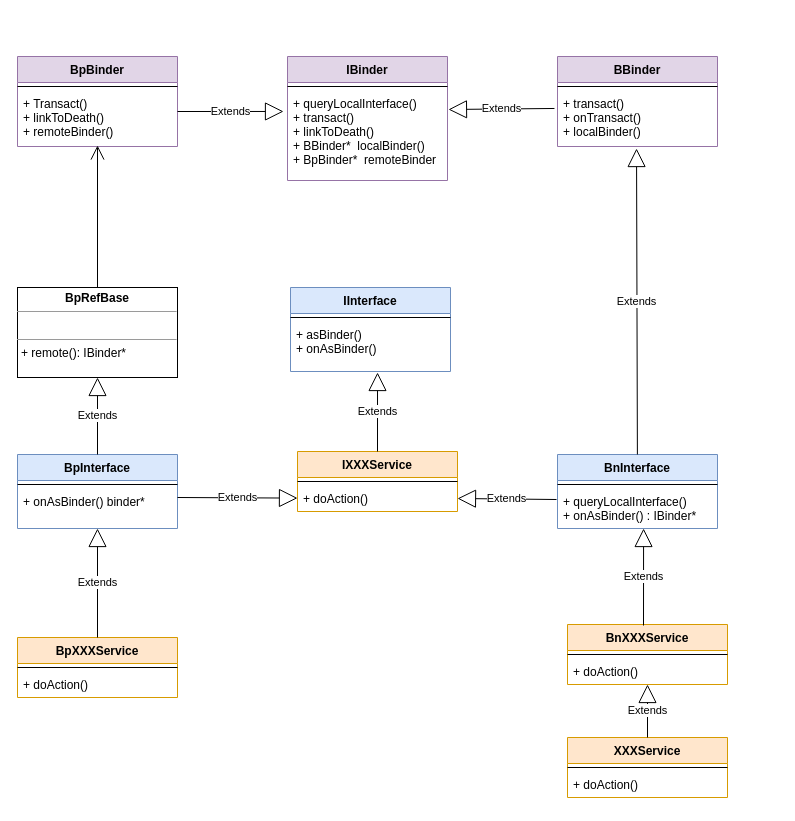
This is binder/diagram/libbinder class relationship.drawio from cuijpus/Android, a draw.io file, before an edit. Source tidied: cells renumbered, new cells numbered last; positions are measured from the earlier drawing's top-left corner, leaving out a move shared by most shapes. Both pictures are drawn from the tidied source at 100%, with x=0, y=0 at pixel (17, 56).
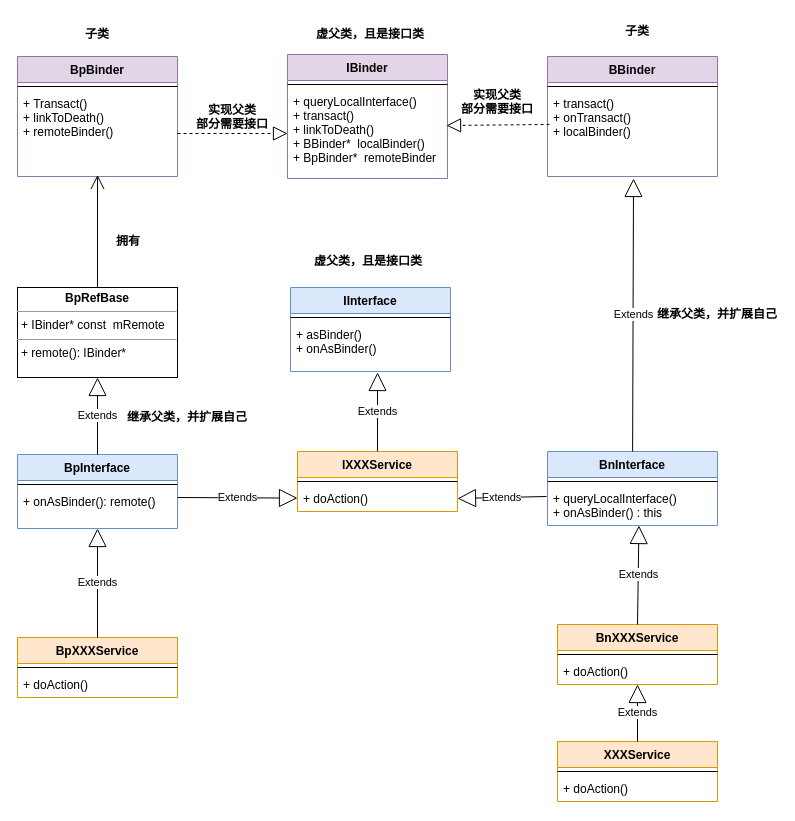
Above is the later version.

The change refers to these unchanged cells:
```xml
<mxCell id="4" value="+ queryLocalInterface()&#10;+ transact()&#10;+ linkToDeath()&#10;+ BBinder*  localBinder()&#10;+ BpBinder*  remoteBinder" style="text;strokeColor=none;fillColor=none;align=left;verticalAlign=top;spacingLeft=4;spacingRight=4;overflow=hidden;points=[[0,0.5],[1,0.5]];portConstraint=eastwest;" parent="2" vertex="1">
  <mxGeometry y="34" width="160" height="90" as="geometry" />
</mxCell>
<mxCell id="23" value="BpInterface" style="swimlane;fontStyle=1;align=center;verticalAlign=top;horizontal=1;startSize=26;fillColor=#dae8fc;strokeColor=#6c8ebf;" parent="1" vertex="1">
  <mxGeometry y="398" width="160" height="74" as="geometry" />
</mxCell>
```

What changed in the source:
```diff
@@
     <mxCell id="2" value="IBinder" style="swimlane;fontStyle=1;align=center;verticalAlign=top;horizontal=1;startSize=26;fillColor=#e1d5e7;strokeColor=#9673a6;" parent="1" vertex="1">
-      <mxGeometry x="270" width="160" height="124" as="geometry" />
+      <mxGeometry x="270" y="-2" width="160" height="124" as="geometry" />
     </mxCell>
@@
     <mxCell id="5" value="BpBinder" style="swimlane;fontStyle=1;align=center;verticalAlign=top;horizontal=1;startSize=26;fillColor=#e1d5e7;strokeColor=#9673a6;" parent="1" vertex="1">
-      <mxGeometry width="160" height="90" as="geometry" />
+      <mxGeometry width="160" height="120" as="geometry" />
     </mxCell>
@@
     <mxCell id="7" value="+ Transact()&#10;+ linkToDeath()&#10;+ remoteBinder()&#10;" style="text;strokeColor=none;fillColor=none;align=left;verticalAlign=top;spacingLeft=4;spacingRight=4;overflow=hidden;points=[[0,0.5],[1,0.5]];portConstraint=eastwest;" parent="5" vertex="1">
-      <mxGeometry y="34" width="160" height="56" as="geometry" />
+      <mxGeometry y="34" width="160" height="86" as="geometry" />
     </mxCell>
     <mxCell id="8" value="BBinder&#10;&#10;" style="swimlane;fontStyle=1;align=center;verticalAlign=top;horizontal=1;startSize=26;fillColor=#e1d5e7;strokeColor=#9673a6;" parent="1" vertex="1">
-      <mxGeometry x="540" width="160" height="90" as="geometry" />
+      <mxGeometry x="530" width="170" height="120" as="geometry" />
     </mxCell>
     <mxCell id="9" style="line;strokeWidth=1;fillColor=none;align=left;verticalAlign=middle;spacingTop=-1;spacingLeft=3;spacingRight=3;labelPosition=right;" parent="8" vertex="1">
-      <mxGeometry y="26" width="160" height="8" as="geometry" />
+      <mxGeometry y="26" width="170" height="8" as="geometry" />
     </mxCell>
     <mxCell id="10" value="+ transact()&#10;+ onTransact()&#10;+ localBinder()&#10;" style="text;strokeColor=none;fillColor=none;align=left;verticalAlign=top;spacingLeft=4;spacingRight=4;overflow=hidden;points=[[0,0.5],[1,0.5]];portConstraint=eastwest;" parent="8" vertex="1">
-      <mxGeometry y="34" width="160" height="56" as="geometry" />
+      <mxGeometry y="34" width="170" height="86" as="geometry" />
     </mxCell>
-    <mxCell id="11" value="Extends" style="endArrow=block;endSize=16;endFill=0;html=1;entryX=1.006;entryY=0.211;entryDx=0;entryDy=0;exitX=-0.019;exitY=0.321;exitDx=0;exitDy=0;entryPerimeter=0;exitPerimeter=0;" parent="1" edge="1" source="10" target="4">
-      <mxGeometry relative="1" as="geometry" />
-    </mxCell>
@@
     <mxCell id="18" value="BnInterface" style="swimlane;fontStyle=1;align=center;verticalAlign=top;horizontal=1;startSize=26;fillColor=#dae8fc;strokeColor=#6c8ebf;" parent="1" vertex="1">
-      <mxGeometry x="540" y="398" width="160" height="74" as="geometry" />
+      <mxGeometry x="530" y="395" width="170" height="74" as="geometry" />
     </mxCell>
     <mxCell id="19" style="line;strokeWidth=1;fillColor=none;align=left;verticalAlign=middle;spacingTop=-1;spacingLeft=3;spacingRight=3;labelPosition=right;" parent="18" vertex="1">
-      <mxGeometry y="26" width="160" height="8" as="geometry" />
+      <mxGeometry y="26" width="170" height="8" as="geometry" />
     </mxCell>
-    <mxCell id="20" value="+ queryLocalInterface()&#10;+ onAsBinder() : IBinder*" style="text;strokeColor=none;fillColor=none;align=left;verticalAlign=top;spacingLeft=4;spacingRight=4;overflow=hidden;points=[[0,0.5],[1,0.5]];portConstraint=eastwest;" parent="18" vertex="1">
-      <mxGeometry y="34" width="160" height="40" as="geometry" />
+    <mxCell id="20" value="+ queryLocalInterface()&#10;+ onAsBinder() : this" style="text;strokeColor=none;fillColor=none;align=left;verticalAlign=top;spacingLeft=4;spacingRight=4;overflow=hidden;points=[[0,0.5],[1,0.5]];portConstraint=eastwest;" parent="18" vertex="1">
+      <mxGeometry y="34" width="170" height="40" as="geometry" />
     </mxCell>
-    <mxCell id="21" value="Extends" style="endArrow=block;endSize=16;endFill=0;html=1;entryX=0.494;entryY=1.036;entryDx=0;entryDy=0;entryPerimeter=0;" parent="1" edge="1" source="18" target="10">
+    <mxCell id="21" value="Extends" style="endArrow=block;endSize=16;endFill=0;html=1;entryX=0.506;entryY=1.023;entryDx=0;entryDy=0;entryPerimeter=0;" parent="1" edge="1" source="18" target="10">
       <mxGeometry relative="1" as="geometry" />
     </mxCell>
@@
-    <mxCell id="26" value="+ onAsBinder() binder*" style="text;strokeColor=none;fillColor=none;align=left;verticalAlign=top;spacingLeft=4;spacingRight=4;overflow=hidden;points=[[0,0.5],[1,0.5]];portConstraint=eastwest;" parent="23" vertex="1">
+    <mxCell id="26" value="+ onAsBinder(): remote()" style="text;strokeColor=none;fillColor=none;align=left;verticalAlign=top;spacingLeft=4;spacingRight=4;overflow=hidden;points=[[0,0.5],[1,0.5]];portConstraint=eastwest;" parent="23" vertex="1">
       <mxGeometry y="34" width="160" height="40" as="geometry" />
     </mxCell>
-    <mxCell id="27" value="&lt;p style=&quot;margin: 0px ; margin-top: 4px ; text-align: center&quot;&gt;&lt;b&gt;BpRefBase&lt;/b&gt;&lt;/p&gt;&lt;hr size=&quot;1&quot;&gt;&lt;p style=&quot;margin: 0px ; margin-left: 4px&quot;&gt;&lt;br&gt;&lt;/p&gt;&lt;hr size=&quot;1&quot;&gt;&lt;p style=&quot;margin: 0px ; margin-left: 4px&quot;&gt;+ remote(): IBinder*&lt;/p&gt;" style="verticalAlign=top;align=left;overflow=fill;fontSize=12;fontFamily=Helvetica;html=1;" parent="1" vertex="1">
+    <mxCell id="27" value="&lt;p style=&quot;margin: 0px ; margin-top: 4px ; text-align: center&quot;&gt;&lt;b&gt;BpRefBase&lt;/b&gt;&lt;/p&gt;&lt;hr size=&quot;1&quot;&gt;&lt;p style=&quot;margin: 0px ; margin-left: 4px&quot;&gt;+&amp;nbsp;IBinder* const&amp;nbsp; mRemote&lt;/p&gt;&lt;hr size=&quot;1&quot;&gt;&lt;p style=&quot;margin: 0px ; margin-left: 4px&quot;&gt;+ remote(): IBinder*&lt;/p&gt;" style="verticalAlign=top;align=left;overflow=fill;fontSize=12;fontFamily=Helvetica;html=1;" parent="1" vertex="1">
       <mxGeometry y="231" width="160" height="90" as="geometry" />
     </mxCell>
@@
     <mxCell id="33" value="BnXXXService" style="swimlane;fontStyle=1;align=center;verticalAlign=top;horizontal=1;startSize=26;fillColor=#ffe6cc;strokeColor=#d79b00;" parent="1" vertex="1">
-      <mxGeometry x="550" y="568" width="160" height="60" as="geometry" />
+      <mxGeometry x="540" y="568" width="160" height="60" as="geometry" />
     </mxCell>
@@
     <mxCell id="36" value="XXXService" style="swimlane;fontStyle=1;align=center;verticalAlign=top;horizontal=1;startSize=26;fillColor=#ffe6cc;strokeColor=#d79b00;" parent="1" vertex="1">
-      <mxGeometry x="550" y="681" width="160" height="60" as="geometry" />
+      <mxGeometry x="540" y="685" width="160" height="60" as="geometry" />
     </mxCell>
@@
-    <mxCell id="40" value="Extends" style="endArrow=block;endSize=16;endFill=0;html=1;entryX=0.538;entryY=1;entryDx=0;entryDy=0;entryPerimeter=0;" parent="1" edge="1" target="20">
-      <mxGeometry relative="1" as="geometry">
-        <mxPoint x="626" y="569" as="sourcePoint" />
-      </mxGeometry>
+    <mxCell id="40" value="Extends" style="endArrow=block;endSize=16;endFill=0;html=1;entryX=0.538;entryY=1;entryDx=0;entryDy=0;entryPerimeter=0;exitX=0.5;exitY=0;exitDx=0;exitDy=0;" parent="1" edge="1" source="33" target="20">
+      <mxGeometry relative="1" as="geometry" />
     </mxCell>
@@
-    <mxCell id="42" value="Extends" style="endArrow=block;endSize=16;endFill=0;html=1;entryX=-0.025;entryY=0.233;entryDx=0;entryDy=0;entryPerimeter=0;" parent="1" edge="1" target="4">
-      <mxGeometry relative="1" as="geometry">
-        <mxPoint x="160" y="55" as="sourcePoint" />
-      </mxGeometry>
-    </mxCell>
@@
+    <mxCell id="44" style="endArrow=block;dashed=1;endFill=0;endSize=12;html=1;exitX=1;exitY=0.5;exitDx=0;exitDy=0;entryX=0;entryY=0.5;entryDx=0;entryDy=0;" parent="1" edge="1" source="7" target="4">
+      <mxGeometry relative="1" as="geometry" />
+    </mxCell>
+    <mxCell id="11" style="endArrow=block;dashed=1;endFill=0;endSize=12;html=1;exitX=0.012;exitY=0.395;exitDx=0;exitDy=0;entryX=0.994;entryY=0.411;entryDx=0;entryDy=0;entryPerimeter=0;exitPerimeter=0;" parent="1" edge="1" source="10" target="4">
+      <mxGeometry relative="1" as="geometry" />
+    </mxCell>
+    <mxCell id="45" value="虚父类，且是接口类" style="text;align=center;fontStyle=1;verticalAlign=middle;spacingLeft=3;spacingRight=3;strokeColor=none;" parent="1" vertex="1">
+      <mxGeometry x="313" y="-36" width="80" height="26" as="geometry" />
+    </mxCell>
+    <mxCell id="46" value="子类" style="text;align=center;fontStyle=1;verticalAlign=middle;spacingLeft=3;spacingRight=3;strokeColor=none;" parent="1" vertex="1">
+      <mxGeometry x="40" y="-36" width="80" height="26" as="geometry" />
+    </mxCell>
+    <mxCell id="47" value="子类" style="text;align=center;fontStyle=1;verticalAlign=middle;spacingLeft=3;spacingRight=3;strokeColor=none;" parent="1" vertex="1">
+      <mxGeometry x="580" y="-39" width="80" height="26" as="geometry" />
+    </mxCell>
+    <mxCell id="48" value="实现父类&#10;部分需要接口" style="text;align=center;fontStyle=1;verticalAlign=middle;spacingLeft=3;spacingRight=3;strokeColor=none;" parent="1" vertex="1">
+      <mxGeometry x="175" y="47" width="80" height="26" as="geometry" />
+    </mxCell>
+    <mxCell id="49" value="实现父类&#10;部分需要接口" style="text;align=center;fontStyle=1;verticalAlign=middle;spacingLeft=3;spacingRight=3;strokeColor=none;" parent="1" vertex="1">
+      <mxGeometry x="440" y="32" width="80" height="26" as="geometry" />
+    </mxCell>
+    <mxCell id="50" value="继承父类，并扩展自己" style="text;align=center;fontStyle=1;verticalAlign=middle;spacingLeft=3;spacingRight=3;strokeColor=none;" parent="1" vertex="1">
+      <mxGeometry x="130" y="346.5" width="80" height="26" as="geometry" />
+    </mxCell>
+    <mxCell id="51" value="继承父类，并扩展自己" style="text;align=center;fontStyle=1;verticalAlign=middle;spacingLeft=3;spacingRight=3;strokeColor=none;" parent="1" vertex="1">
+      <mxGeometry x="660" y="244" width="80" height="26" as="geometry" />
+    </mxCell>
+    <mxCell id="52" value="拥有" style="text;align=center;fontStyle=1;verticalAlign=middle;spacingLeft=3;spacingRight=3;strokeColor=none;" parent="1" vertex="1">
+      <mxGeometry x="71" y="171" width="80" height="26" as="geometry" />
+    </mxCell>
+    <mxCell id="53" value="虚父类，且是接口类" style="text;align=center;fontStyle=1;verticalAlign=middle;spacingLeft=3;spacingRight=3;strokeColor=none;" parent="1" vertex="1">
+      <mxGeometry x="311" y="191" width="80" height="26" as="geometry" />
+    </mxCell>
```
